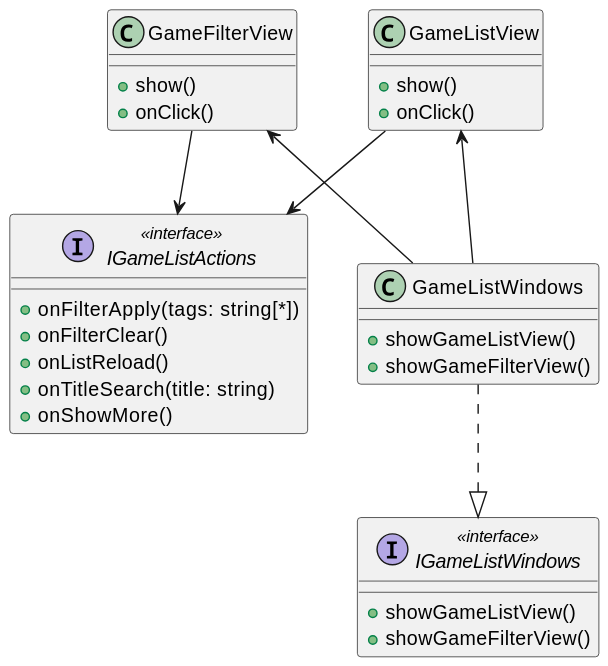
Earlier version of the PlantUML export diagrams/frontend/rendered/game-list-view.svg (Igor-Ochocki/POP-2026Z). Its diagram source:
```plantuml
@startuml
interface IGameListWindows <<interface>> {
    +showGameListView()
    +showGameFilterView()
}

interface IGameListActions <<interface>> {
    +onFilterApply(tags: string[*])
    +onFilterClear()
    +onListReload()
    +onTitleSearch(title: string)
    +onShowMore()
}

class GameListWindows {
    +showGameListView()
    +showGameFilterView()
}

class GameListView {
    +show()
    +onClick()
}

class GameFilterView {
    +show()
    +onClick()
}

GameListWindows ..|> IGameListWindows
GameListWindows -u-> GameListView
GameListWindows -u-> GameFilterView

GameListView --> IGameListActions
GameFilterView --> IGameListActions
@enduml
```
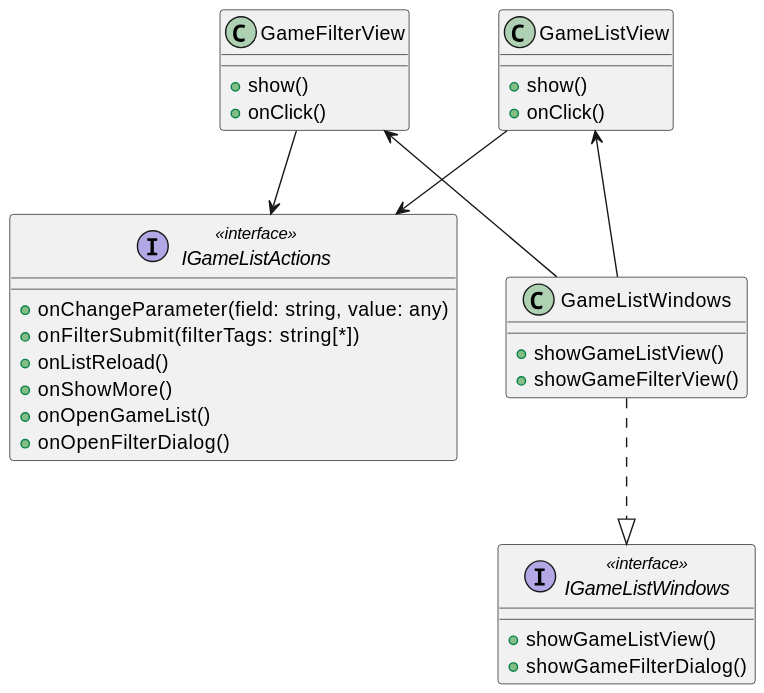
After the commit.

Commit message:
Add game list feature to frontend

What changed in the source:
```diff
@@ -1,15 +1,16 @@
 @startuml
 interface IGameListWindows <<interface>> {
     +showGameListView()
-    +showGameFilterView()
+    +showGameFilterDialog()
 }
 
 interface IGameListActions <<interface>> {
-    +onFilterApply(tags: string[*])
-    +onFilterClear()
+    +onChangeParameter(field: string, value: any)
+    +onFilterSubmit(filterTags: string[*])
     +onListReload()
-    +onTitleSearch(title: string)
     +onShowMore()
+    +onOpenGameList()
+    +onOpenFilterDialog()
 }
 
 class GameListWindows {
```
